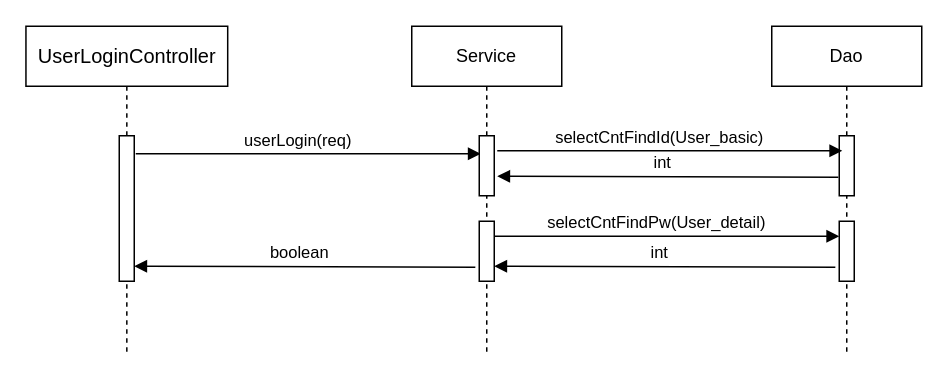
iamheonil/KHSemiProject keeps this draw.io diagram as document/Sequence_User/UserLoginController.drawio. Above is the earlier version. Source tidied: cells renumbered, new cells numbered last; positions are measured from the earlier drawing's top-left corner, leaving out a move shared by most shapes. Both pictures are drawn from the tidied source at 150%, with x=0, y=0 at pixel (26, 26).
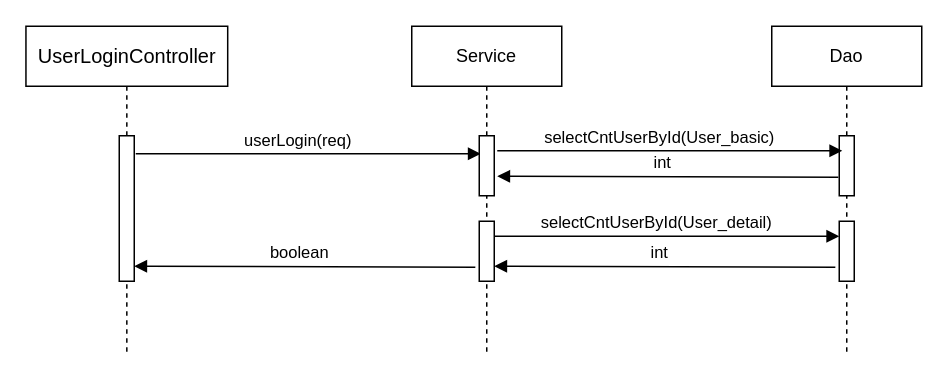
Above is the later version.

Change to the diagram source:
```diff
@@
-    <mxCell id="11" value="selectCntFindPw(User_detail)" style="html=1;verticalAlign=bottom;endArrow=block;" parent="1" edge="1">
+    <mxCell id="11" value="selectCntUserById(User_detail)" style="html=1;verticalAlign=bottom;endArrow=block;" parent="1" edge="1">
       <mxGeometry x="-0.06" relative="1" as="geometry">
         <mxPoint x="312" y="140" as="sourcePoint" />
         <mxPoint x="542" y="140" as="targetPoint" />
       </mxGeometry>
     </mxCell>
@@
-    <mxCell id="14" value="selectCntFindId(User_basic)" style="html=1;verticalAlign=bottom;endArrow=block;" parent="1" edge="1">
+    <mxCell id="14" value="selectCntUserById(User_basic)" style="html=1;verticalAlign=bottom;endArrow=block;" parent="1" edge="1">
       <mxGeometry x="-0.06" relative="1" as="geometry">
         <mxPoint x="314" y="83" as="sourcePoint" />
         <mxPoint x="544" y="83" as="targetPoint" />
       </mxGeometry>
     </mxCell>
```
